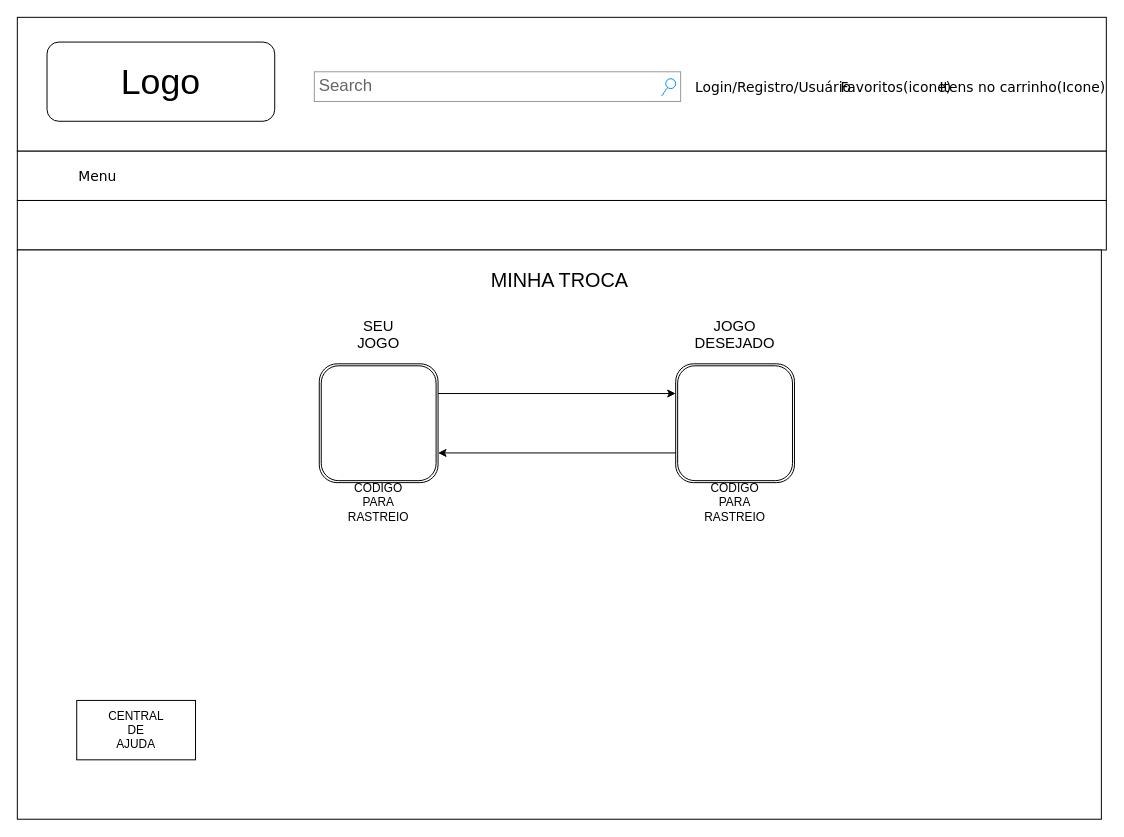
Earlier version of the draw.io diagram page "2.3 Acompanhe seu pedido" (8 of 17) of wireframe.drawio (pdaambrosio/dh_group_5). Source tidied: cells renumbered, new cells numbered last; positions are measured from the earlier drawing's top-left corner, leaving out a move shared by most shapes. Both pictures are drawn from the tidied source at 99%, with x=0, y=0 at pixel (17, 17).
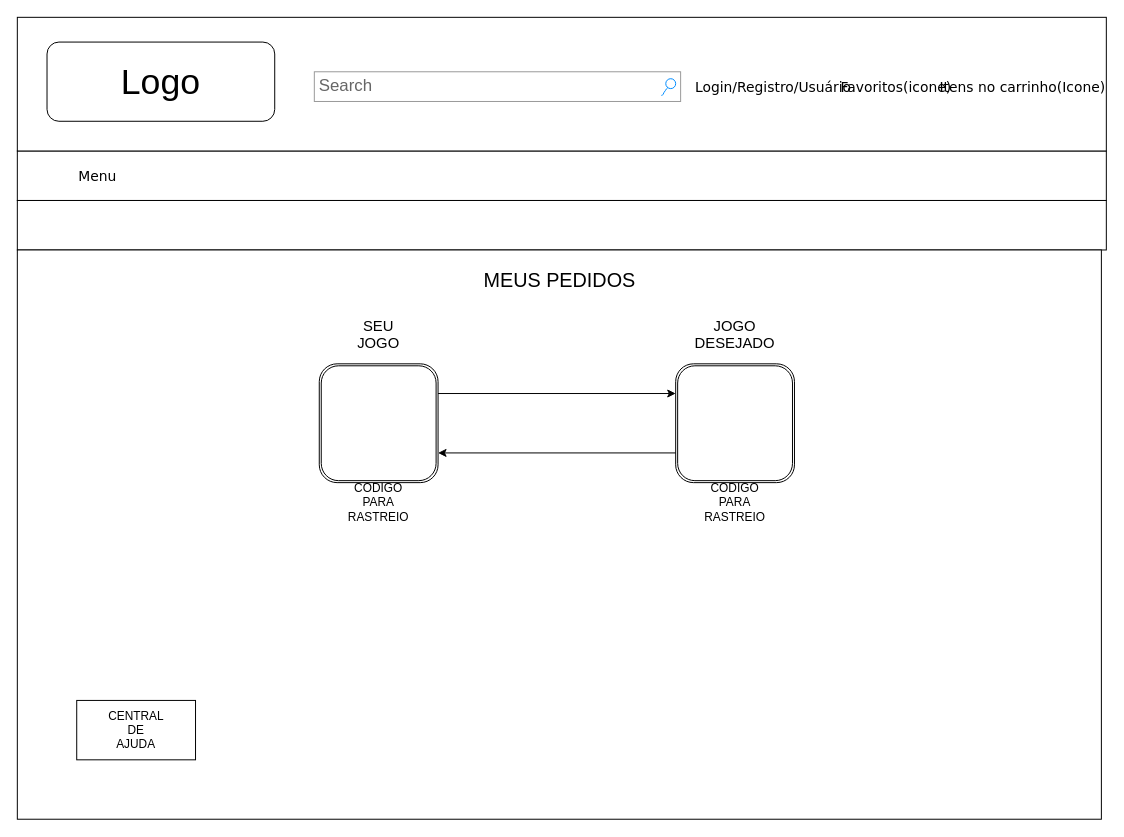
The same page after the edit.

What changed in the source:
```diff
@@
-    <mxCell id="12" value="&lt;span style=&quot;font-size: 20px&quot;&gt;MINHA TROCA&lt;/span&gt;" style="text;html=1;strokeColor=none;fillColor=none;align=center;verticalAlign=middle;whiteSpace=wrap;rounded=0;" parent="1" vertex="1">
+    <mxCell id="12" value="&lt;span style=&quot;font-size: 20px&quot;&gt;MEUS PEDIDOS&lt;/span&gt;" style="text;html=1;strokeColor=none;fillColor=none;align=center;verticalAlign=middle;whiteSpace=wrap;rounded=0;" parent="1" vertex="1">
       <mxGeometry x="432.5" y="240" width="230" height="50" as="geometry" />
     </mxCell>
```
